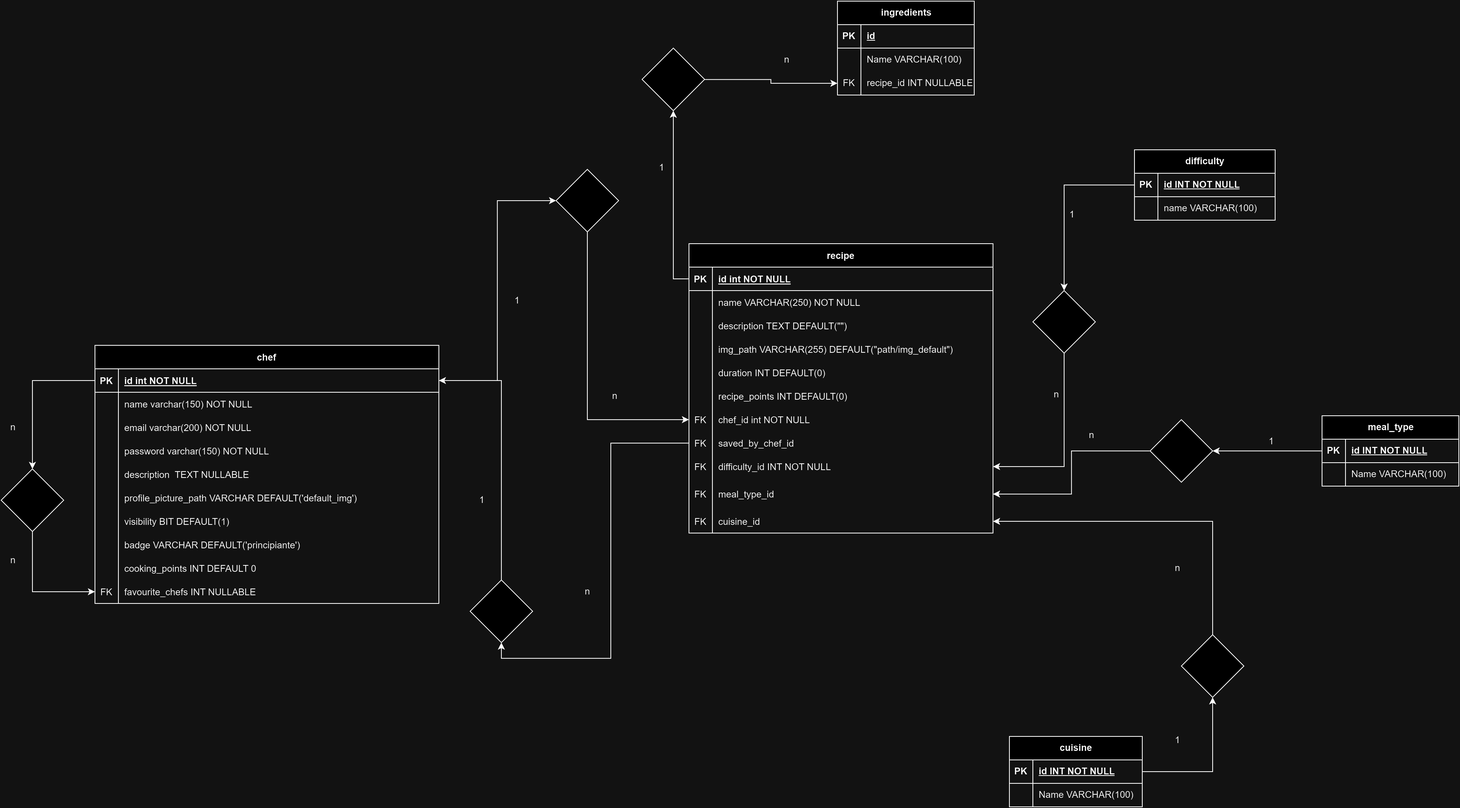
This is MyHomeChefER.png from leonardoserra/my_home_chef, a draw.io export, as it was before one commit. Source tidied: cells renumbered, new cells last; positions are measured from the earlier drawing's top-left corner, leaving out a move shared by most shapes.
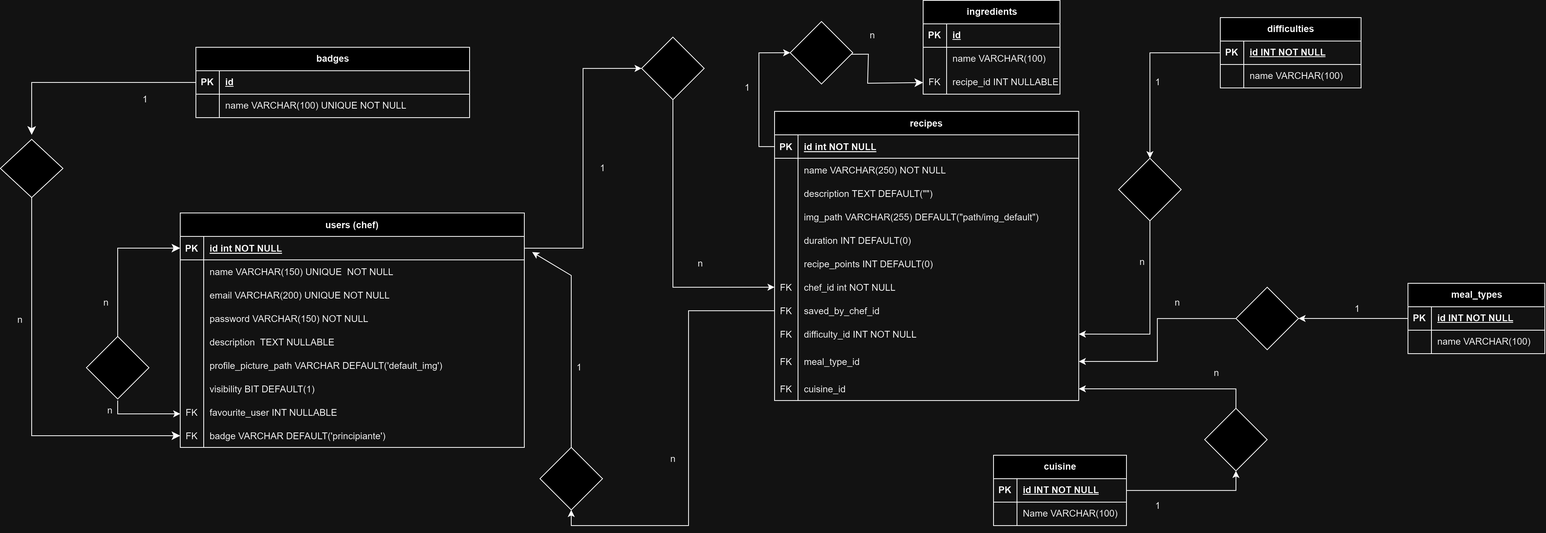
After the change.

What changed in the source:
```diff
@@ -4,3 +4,3 @@
     <mxCell id="1" parent="0" />
-    <mxCell id="2" value="recipe" style="shape=table;startSize=30;rowLines=0;fontStyle=1;align=center;" parent="1" vertex="1">
+    <mxCell id="2" value="recipes" style="shape=table;startSize=30;rowLines=0;fontStyle=1;align=center;" parent="1" vertex="1">
       <mxGeometry x="880" y="310" width="389" height="370" as="geometry" />
@@ -106,4 +106,7 @@
     </mxCell>
+    <mxCell id="67" value="n" style="text;html=1;align=center;verticalAlign=middle;strokeColor=none;fillColor=none;" parent="1" vertex="1">
+      <mxGeometry x="770" y="490" width="30" height="30" as="geometry" />
+    </mxCell>
-    <mxCell id="36" value="chef" style="shape=table;startSize=30;rowLines=0;fontStyle=1;align=center;" parent="1" vertex="1">
-      <mxGeometry x="120" y="440" width="440" height="330" as="geometry" />
+    <mxCell id="36" value="users (chef)" style="shape=table;startSize=30;rowLines=0;fontStyle=1;align=center;" parent="1" vertex="1">
+      <mxGeometry x="120" y="440" width="440" height="300" as="geometry" />
     </mxCell>
@@ -124,3 +127,3 @@
     </mxCell>
-    <mxCell id="42" value="name varchar(150) NOT NULL" style="shape=partialRectangle;overflow=hidden;fillColor=none;top=0;left=0;bottom=0;right=0;align=left;spacingLeft=6;" parent="40" vertex="1">
+    <mxCell id="42" value="name VARCHAR(150) UNIQUE  NOT NULL " style="shape=partialRectangle;overflow=hidden;fillColor=none;top=0;left=0;bottom=0;right=0;align=left;spacingLeft=6;" parent="40" vertex="1">
       <mxGeometry x="30" width="410" height="30" as="geometry" />
@@ -133,3 +136,3 @@
     </mxCell>
-    <mxCell id="45" value="email varchar(200) NOT NULL" style="shape=partialRectangle;overflow=hidden;fillColor=none;top=0;left=0;bottom=0;right=0;align=left;spacingLeft=6;" parent="43" vertex="1">
+    <mxCell id="45" value="email VARCHAR(200) UNIQUE NOT NULL" style="shape=partialRectangle;overflow=hidden;fillColor=none;top=0;left=0;bottom=0;right=0;align=left;spacingLeft=6;" parent="43" vertex="1">
       <mxGeometry x="30" width="410" height="30" as="geometry" />
@@ -142,3 +145,3 @@
     </mxCell>
-    <mxCell id="48" value="password varchar(150) NOT NULL" style="shape=partialRectangle;overflow=hidden;fillColor=none;top=0;left=0;bottom=0;right=0;align=left;spacingLeft=6;" parent="46" vertex="1">
+    <mxCell id="48" value="password VARCHAR(150) NOT NULL" style="shape=partialRectangle;overflow=hidden;fillColor=none;top=0;left=0;bottom=0;right=0;align=left;spacingLeft=6;" parent="46" vertex="1">
       <mxGeometry x="30" width="410" height="30" as="geometry" />
@@ -172,6 +175,15 @@
     </mxCell>
+    <mxCell id="64" style="shape=partialRectangle;fillColor=none;points=[[0,0.5],[1,0.5]];portConstraint=eastwest;top=0;left=0;right=0;bottom=0;" parent="36" vertex="1">
+      <mxGeometry y="240" width="440" height="30" as="geometry" />
+    </mxCell>
+    <mxCell id="65" value="FK" style="shape=partialRectangle;overflow=hidden;fillColor=none;top=0;left=0;bottom=0;right=0;" parent="64" vertex="1">
+      <mxGeometry width="30" height="30" as="geometry" />
+    </mxCell>
+    <mxCell id="66" value="favourite_user INT NULLABLE" style="shape=partialRectangle;overflow=hidden;fillColor=none;top=0;left=0;bottom=0;right=0;align=left;spacingLeft=6;" parent="64" vertex="1">
+      <mxGeometry x="30" width="410" height="30" as="geometry" />
+    </mxCell>
     <mxCell id="58" style="shape=partialRectangle;fillColor=none;points=[[0,0.5],[1,0.5]];portConstraint=eastwest;top=0;left=0;right=0;bottom=0;" parent="36" vertex="1">
-      <mxGeometry y="240" width="440" height="30" as="geometry" />
+      <mxGeometry y="270" width="440" height="30" as="geometry" />
     </mxCell>
-    <mxCell id="59" style="shape=partialRectangle;overflow=hidden;fillColor=none;top=0;left=0;bottom=0;right=0;" parent="58" vertex="1">
+    <mxCell id="59" value="FK" style="shape=partialRectangle;overflow=hidden;fillColor=none;top=0;left=0;bottom=0;right=0;" parent="58" vertex="1">
       <mxGeometry width="30" height="30" as="geometry" />
@@ -181,28 +193,7 @@
     </mxCell>
-    <mxCell id="61" style="shape=partialRectangle;fillColor=none;top=0;left=0;right=0;bottom=0;" parent="36" vertex="1">
-      <mxGeometry y="270" width="440" height="30" as="geometry" />
-    </mxCell>
-    <mxCell id="62" style="shape=partialRectangle;overflow=hidden;fillColor=none;top=0;left=0;bottom=0;right=0;" parent="61" vertex="1">
-      <mxGeometry width="30" height="30" as="geometry" />
-    </mxCell>
-    <mxCell id="63" value="cooking_points INT DEFAULT 0" style="shape=partialRectangle;overflow=hidden;fillColor=none;top=0;left=0;bottom=0;right=0;align=left;spacingLeft=6;" parent="61" vertex="1">
-      <mxGeometry x="30" width="410" height="30" as="geometry" />
-    </mxCell>
-    <mxCell id="64" style="shape=partialRectangle;fillColor=none;points=[[0,0.5],[1,0.5]];portConstraint=eastwest;top=0;left=0;right=0;bottom=0;" parent="36" vertex="1">
-      <mxGeometry y="300" width="440" height="30" as="geometry" />
-    </mxCell>
-    <mxCell id="65" value="FK" style="shape=partialRectangle;overflow=hidden;fillColor=none;top=0;left=0;bottom=0;right=0;" parent="64" vertex="1">
-      <mxGeometry width="30" height="30" as="geometry" />
-    </mxCell>
-    <mxCell id="66" value="favourite_chefs INT NULLABLE" style="shape=partialRectangle;overflow=hidden;fillColor=none;top=0;left=0;bottom=0;right=0;align=left;spacingLeft=6;" parent="64" vertex="1">
-      <mxGeometry x="30" width="410" height="30" as="geometry" />
-    </mxCell>
-    <mxCell id="67" value="n" style="text;html=1;align=center;verticalAlign=middle;strokeColor=none;fillColor=none;" parent="1" vertex="1">
-      <mxGeometry x="770" y="490" width="30" height="30" as="geometry" />
-    </mxCell>
     <mxCell id="68" value="1" style="text;html=1;align=center;verticalAlign=middle;strokeColor=none;fillColor=none;" parent="1" vertex="1">
-      <mxGeometry x="600" y="623" width="30" height="30" as="geometry" />
+      <mxGeometry x="615" y="623" width="30" height="30" as="geometry" />
     </mxCell>
     <mxCell id="69" value="ingredients" style="shape=table;startSize=30;rowLines=0;fontStyle=1;align=center;html=1;" parent="1" vertex="1">
-      <mxGeometry x="1070" width="175" height="120" as="geometry" />
+      <mxGeometry x="1070" y="168" width="175" height="120" as="geometry" />
     </mxCell>
@@ -223,3 +214,3 @@
     </mxCell>
-    <mxCell id="75" value="Name VARCHAR(100)" style="shape=partialRectangle;fillColor=none;top=0;left=0;bottom=0;right=0;align=left;spacingLeft=6;overflow=hidden;whiteSpace=wrap;html=1;" parent="73" vertex="1">
+    <mxCell id="75" value="name VARCHAR(100)" style="shape=partialRectangle;fillColor=none;top=0;left=0;bottom=0;right=0;align=left;spacingLeft=6;overflow=hidden;whiteSpace=wrap;html=1;" parent="73" vertex="1">
       <mxGeometry x="30" width="145" height="30" as="geometry" />
@@ -235,16 +226,22 @@
     </mxCell>
-    <mxCell id="79" style="edgeStyle=orthogonalEdgeStyle;rounded=0;jettySize=auto;html=1;entryX=0;entryY=0.5;entryDx=0;entryDy=0;" parent="1" edge="1" source="80" target="76">
-      <mxGeometry relative="1" as="geometry" />
-    </mxCell>
+    <mxCell id="133" style="edgeStyle=none;rounded=0;jettySize=auto;html=1;fontSize=12;startSize=8;endSize=8;exitX=0.976;exitY=0.524;exitDx=0;exitDy=0;exitPerimeter=0;" parent="1" edge="1" source="80">
+      <mxGeometry relative="1" as="geometry">
+        <mxPoint x="1070" y="273.2" as="targetPoint" />
+        <Array as="points">
+          <mxPoint x="1000" y="236.8" />
+          <mxPoint x="999" y="274" />
+        </Array>
+      </mxGeometry>
+    </mxCell>
     <mxCell id="80" style="rhombus;whiteSpace=wrap;html=1;" parent="1" vertex="1">
-      <mxGeometry x="820" y="60" width="80" height="80" as="geometry" />
+      <mxGeometry x="900" y="195" width="80" height="80" as="geometry" />
     </mxCell>
     <mxCell id="81" value="n" style="text;html=1;align=center;verticalAlign=middle;strokeColor=none;fillColor=none;" parent="1" vertex="1">
-      <mxGeometry x="990" y="60" width="30" height="30" as="geometry" />
+      <mxGeometry x="990" y="198" width="30" height="30" as="geometry" />
     </mxCell>
     <mxCell id="82" value="1" style="text;html=1;align=center;verticalAlign=middle;strokeColor=none;fillColor=none;" parent="1" vertex="1">
-      <mxGeometry x="830" y="198" width="30" height="30" as="geometry" />
+      <mxGeometry x="830" y="265" width="30" height="30" as="geometry" />
     </mxCell>
     <mxCell id="83" value="cuisine" style="shape=table;startSize=30;rowLines=0;fontStyle=1;align=center;html=1;" parent="1" vertex="1">
-      <mxGeometry x="1290" y="940" width="170" height="90" as="geometry" />
+      <mxGeometry x="1160" y="750" width="170" height="90" as="geometry" />
     </mxCell>
@@ -268,3 +265,3 @@
     </mxCell>
-    <mxCell id="90" value="meal_type" style="shape=table;startSize=30;rowLines=0;fontStyle=1;align=center;html=1;" parent="1" vertex="1">
+    <mxCell id="90" value="meal_types" style="shape=table;startSize=30;rowLines=0;fontStyle=1;align=center;html=1;" parent="1" vertex="1">
       <mxGeometry x="1690" y="530" width="175" height="90" as="geometry" />
@@ -286,3 +283,3 @@
     </mxCell>
-    <mxCell id="96" value="Name VARCHAR(100)" style="shape=partialRectangle;fillColor=none;top=0;left=0;bottom=0;right=0;align=left;spacingLeft=6;overflow=hidden;whiteSpace=wrap;html=1;" parent="94" vertex="1">
+    <mxCell id="96" value="name VARCHAR(100)" style="shape=partialRectangle;fillColor=none;top=0;left=0;bottom=0;right=0;align=left;spacingLeft=6;overflow=hidden;whiteSpace=wrap;html=1;" parent="94" vertex="1">
       <mxGeometry x="30" width="145" height="30" as="geometry" />
@@ -299,13 +296,26 @@
     <mxCell id="100" style="rhombus;whiteSpace=wrap;html=1;" parent="1" vertex="1">
-      <mxGeometry x="1510" y="810" width="80" height="80" as="geometry" />
+      <mxGeometry x="1430" y="690" width="80" height="80" as="geometry" />
     </mxCell>
     <mxCell id="101" value="1" style="text;html=1;align=center;verticalAlign=middle;strokeColor=none;fillColor=none;" parent="1" vertex="1">
-      <mxGeometry x="1490" y="930" width="30" height="30" as="geometry" />
+      <mxGeometry x="1355" y="800" width="30" height="30" as="geometry" />
     </mxCell>
     <mxCell id="102" value="n" style="text;html=1;align=center;verticalAlign=middle;strokeColor=none;fillColor=none;" parent="1" vertex="1">
-      <mxGeometry x="1490" y="710" width="30" height="30" as="geometry" />
+      <mxGeometry x="1430" y="630" width="30" height="30" as="geometry" />
     </mxCell>
-    <mxCell id="103" style="edgeStyle=orthogonalEdgeStyle;rounded=0;jettySize=auto;html=1;" parent="1" edge="1" source="104" target="64">
-      <mxGeometry relative="1" as="geometry" />
+    <mxCell id="103" style="edgeStyle=orthogonalEdgeStyle;rounded=0;orthogonalLoop=1;jettySize=auto;html=1;" parent="1" edge="1">
+      <mxGeometry relative="1" as="geometry">
+        <mxPoint x="40" y="680" as="sourcePoint" />
+        <mxPoint x="120" y="697" as="targetPoint" />
+        <Array as="points">
+          <mxPoint x="40" y="697" />
+        </Array>
+      </mxGeometry>
     </mxCell>
+    <mxCell id="134" style="edgeStyle=none;rounded=0;jettySize=auto;html=1;fontSize=12;startSize=8;endSize=8;" parent="1" edge="1" source="104" target="37">
+      <mxGeometry relative="1" as="geometry">
+        <Array as="points">
+          <mxPoint x="40" y="485" />
+        </Array>
+      </mxGeometry>
+    </mxCell>
     <mxCell id="104" style="rhombus;whiteSpace=wrap;html=1;" parent="1" vertex="1">
@@ -334,4 +344,9 @@
     </mxCell>
-    <mxCell id="112" style="edgeStyle=orthogonalEdgeStyle;rounded=0;jettySize=auto;html=1;entryX=0.5;entryY=1;entryDx=0;entryDy=0;" parent="1" edge="1" source="3" target="80">
-      <mxGeometry relative="1" as="geometry" />
+    <mxCell id="112" style="edgeStyle=orthogonalEdgeStyle;rounded=0;jettySize=auto;html=1;entryX=0;entryY=0.5;entryDx=0;entryDy=0;" parent="1" edge="1" source="3" target="80">
+      <mxGeometry relative="1" as="geometry">
+        <Array as="points">
+          <mxPoint x="860" y="355" />
+          <mxPoint x="860" y="235" />
+        </Array>
+      </mxGeometry>
     </mxCell>
@@ -340,7 +355,12 @@
     </mxCell>
-    <mxCell id="114" style="edgeStyle=orthogonalEdgeStyle;rounded=0;jettySize=auto;html=1;" parent="1" edge="1" source="115" target="37">
-      <mxGeometry relative="1" as="geometry" />
+    <mxCell id="114" style="rounded=0;jettySize=auto;html=1;" parent="1" edge="1" source="115">
+      <mxGeometry relative="1" as="geometry">
+        <mxPoint x="570" y="490" as="targetPoint" />
+        <Array as="points">
+          <mxPoint x="620" y="520" />
+        </Array>
+      </mxGeometry>
     </mxCell>
     <mxCell id="115" style="rhombus;whiteSpace=wrap;html=1;" parent="1" vertex="1">
-      <mxGeometry x="600" y="740" width="80" height="80" as="geometry" />
+      <mxGeometry x="580" y="740" width="80" height="80" as="geometry" />
     </mxCell>
@@ -352,3 +372,3 @@
     </mxCell>
-    <mxCell id="118" value="difficulty" style="shape=table;startSize=30;rowLines=0;fontStyle=1;align=center;html=1;" parent="1" vertex="1">
+    <mxCell id="118" value="difficulties" style="shape=table;startSize=30;rowLines=0;fontStyle=1;align=center;html=1;" parent="1" vertex="1">
       <mxGeometry x="1450" y="190" width="180" height="90" as="geometry" />
@@ -388,11 +408,58 @@
     </mxCell>
-    <mxCell id="130" style="edgeStyle=orthogonalEdgeStyle;rounded=0;jettySize=auto;html=1;exitX=0;exitY=0.5;exitDx=0;exitDy=0;" parent="1" edge="1" source="37" target="104">
-      <mxGeometry relative="1" as="geometry" />
-    </mxCell>
     <mxCell id="131" value="n" style="text;html=1;align=center;verticalAlign=middle;strokeColor=none;fillColor=none;" parent="1" vertex="1">
-      <mxGeometry y="700" width="30" height="30" as="geometry" />
+      <mxGeometry x="15" y="678" width="30" height="30" as="geometry" />
     </mxCell>
     <mxCell id="132" value="n" style="text;html=1;align=center;verticalAlign=middle;strokeColor=none;fillColor=none;" parent="1" vertex="1">
-      <mxGeometry y="530" width="30" height="30" as="geometry" />
+      <mxGeometry x="10" y="540" width="30" height="30" as="geometry" />
     </mxCell>
+    <mxCell id="135" value="badges" style="shape=table;startSize=30;rowLines=0;fontStyle=1;align=center;html=1;fontSize=12;" parent="1" vertex="1">
+      <mxGeometry x="140" y="228" width="350" height="90" as="geometry" />
+    </mxCell>
+    <mxCell id="136" style="shape=tableRow;horizontal=0;startSize=0;swimlaneHead=0;swimlaneBody=0;fillColor=none;points=[[0,0.5],[1,0.5]];portConstraint=eastwest;top=0;left=0;right=0;bottom=1;fontSize=12;" parent="135" vertex="1">
+      <mxGeometry y="30" width="350" height="30" as="geometry" />
+    </mxCell>
+    <mxCell id="137" value="PK" style="shape=partialRectangle;fillColor=none;top=0;left=0;bottom=0;right=0;fontStyle=1;overflow=hidden;whiteSpace=wrap;html=1;fontSize=12;" parent="136" vertex="1">
+      <mxGeometry width="30" height="30" as="geometry" />
+    </mxCell>
+    <mxCell id="138" value="id" style="shape=partialRectangle;fillColor=none;top=0;left=0;bottom=0;right=0;align=left;spacingLeft=6;fontStyle=5;overflow=hidden;whiteSpace=wrap;html=1;fontSize=12;" parent="136" vertex="1">
+      <mxGeometry x="30" width="320" height="30" as="geometry" />
+    </mxCell>
+    <mxCell id="139" style="shape=tableRow;horizontal=0;startSize=0;swimlaneHead=0;swimlaneBody=0;fillColor=none;top=0;left=0;right=0;bottom=0;fontSize=12;" parent="135" vertex="1">
+      <mxGeometry y="60" width="350" height="30" as="geometry" />
+    </mxCell>
+    <mxCell id="140" style="shape=partialRectangle;fillColor=none;top=0;left=0;bottom=0;right=0;overflow=hidden;whiteSpace=wrap;html=1;fontSize=12;" parent="139" vertex="1">
+      <mxGeometry width="30" height="30" as="geometry" />
+    </mxCell>
+    <mxCell id="141" value="name VARCHAR(100) UNIQUE NOT NULL" style="shape=partialRectangle;fillColor=none;top=0;left=0;bottom=0;right=0;align=left;spacingLeft=6;overflow=hidden;whiteSpace=wrap;html=1;fontSize=12;" parent="139" vertex="1">
+      <mxGeometry x="30" width="320" height="30" as="geometry" />
+    </mxCell>
+    <mxCell id="142" style="edgeStyle=none;rounded=0;jettySize=auto;html=1;fontSize=12;startSize=8;endSize=8;" parent="1" edge="1" target="58">
+      <mxGeometry relative="1" as="geometry">
+        <mxPoint x="-70" y="418.1" as="sourcePoint" />
+        <Array as="points">
+          <mxPoint x="-70" y="482.9" />
+          <mxPoint x="-70" y="725" />
+        </Array>
+      </mxGeometry>
+    </mxCell>
+    <mxCell id="143" style="shape=rhombus;perimeter=rhombusPerimeter;whiteSpace=wrap;html=1;align=center;fontSize=16;" parent="1" vertex="1">
+      <mxGeometry x="-110" y="345.8" width="80" height="74.5" as="geometry" />
+    </mxCell>
+    <mxCell id="144" style="edgeStyle=none;rounded=0;jettySize=auto;html=1;exitX=0;exitY=0.5;exitDx=0;exitDy=0;entryX=1;entryY=0.5;entryDx=0;entryDy=0;fontSize=12;startSize=8;endSize=8;" parent="1" edge="1" source="x" target="143">
+      <mxGeometry relative="1" as="geometry" />
+    </mxCell>
+    <mxCell id="145" value="1" style="text;html=1;align=center;verticalAlign=middle;strokeColor=none;fillColor=none;fontSize=12;" parent="1" vertex="1">
+      <mxGeometry x="60" y="280" width="30" height="30" as="geometry" />
+    </mxCell>
+    <mxCell id="146" value="&lt;font style=&quot;font-size: 11px;&quot;&gt;n&lt;/font&gt;" style="text;html=1;align=center;verticalAlign=middle;strokeColor=none;fillColor=none;fontSize=16;" parent="1" vertex="1">
+      <mxGeometry x="-100" y="560" width="30" height="30" as="geometry" />
+    </mxCell>
+    <mxCell id="147" style="edgeStyle=none;rounded=0;jettySize=auto;html=1;fontSize=12;startSize=8;endSize=8;" parent="1" edge="1" source="136">
+      <mxGeometry relative="1" as="geometry">
+        <mxPoint x="-70" y="340" as="targetPoint" />
+        <Array as="points">
+          <mxPoint x="-70" y="273" />
+        </Array>
+      </mxGeometry>
+    </mxCell>
   </root>
```
